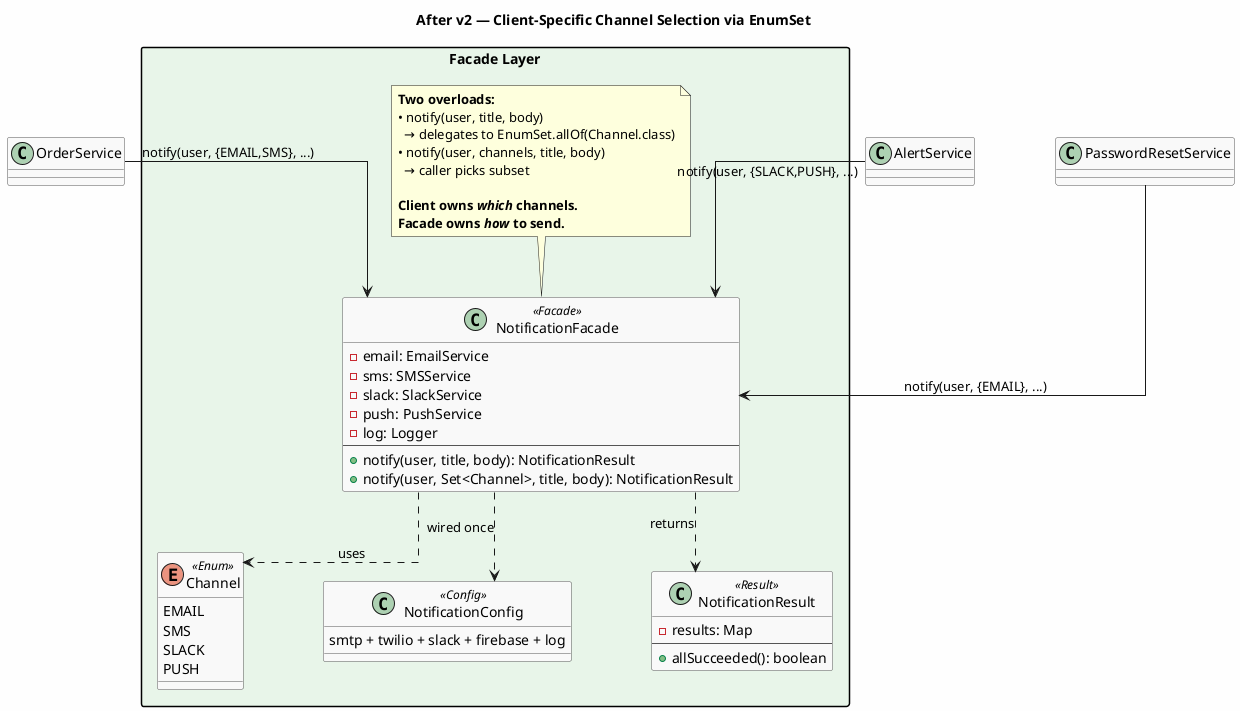
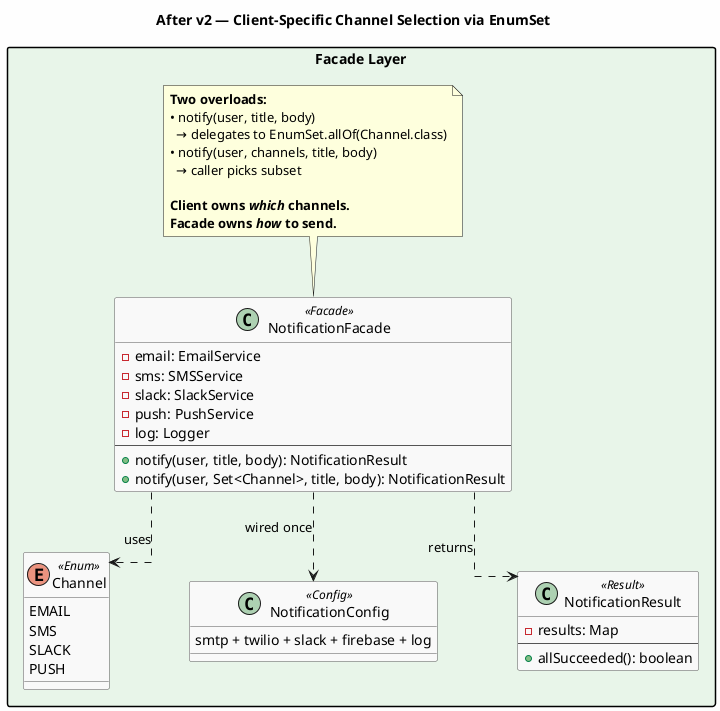
@startuml after2
skinparam backgroundColor #FEFEFE
skinparam packageStyle rectangle
skinparam nodesep 80
skinparam ranksep 60
skinparam linetype ortho
skinparam stereotypeCBackgroundColor #E8F5E9
skinparam class {
    BackgroundColor #F9F9F9
    BorderColor #555555
}

title **After v2 — Client-Specific Channel Selection via EnumSet**

package "Facade Layer" #E8F5E9 {
    enum Channel <<Enum>> {
        EMAIL
        SMS
        SLACK
        PUSH
    }

    class NotificationFacade <<Facade>> {
        - email: EmailService
        - sms: SMSService
        - slack: SlackService
        - push: PushService
        - log: Logger
        --
        + notify(user, title, body): NotificationResult
        + notify(user, Set<Channel>, title, body): NotificationResult
    }

    class NotificationConfig <<Config>> {
        smtp + twilio + slack + firebase + log
    }

    class NotificationResult <<Result>> {
        - results: Map
        --
        + allSucceeded(): boolean
    }

    note top of NotificationFacade
        <b>Two overloads:</b>
        • notify(user, title, body)
          → delegates to EnumSet.allOf(Channel.class)
        • notify(user, channels, title, body)
          → caller picks subset

        <b>Client owns <i>which</i> channels.</b>
        <b>Facade owns <i>how</i> to send.</b>
    end note
}

- OrderService -down-> NotificationFacade : "notify(user, {EMAIL,SMS}, ...)"
- AlertService -down-> NotificationFacade : "notify(user, {SLACK,PUSH}, ...)"
- PasswordResetService -down-> NotificationFacade : "notify(user, {EMAIL}, ...)"

NotificationFacade ..> Channel : "uses"
NotificationFacade ..> NotificationConfig : "wired once"
NotificationFacade ..> NotificationResult : "returns"

@enduml
